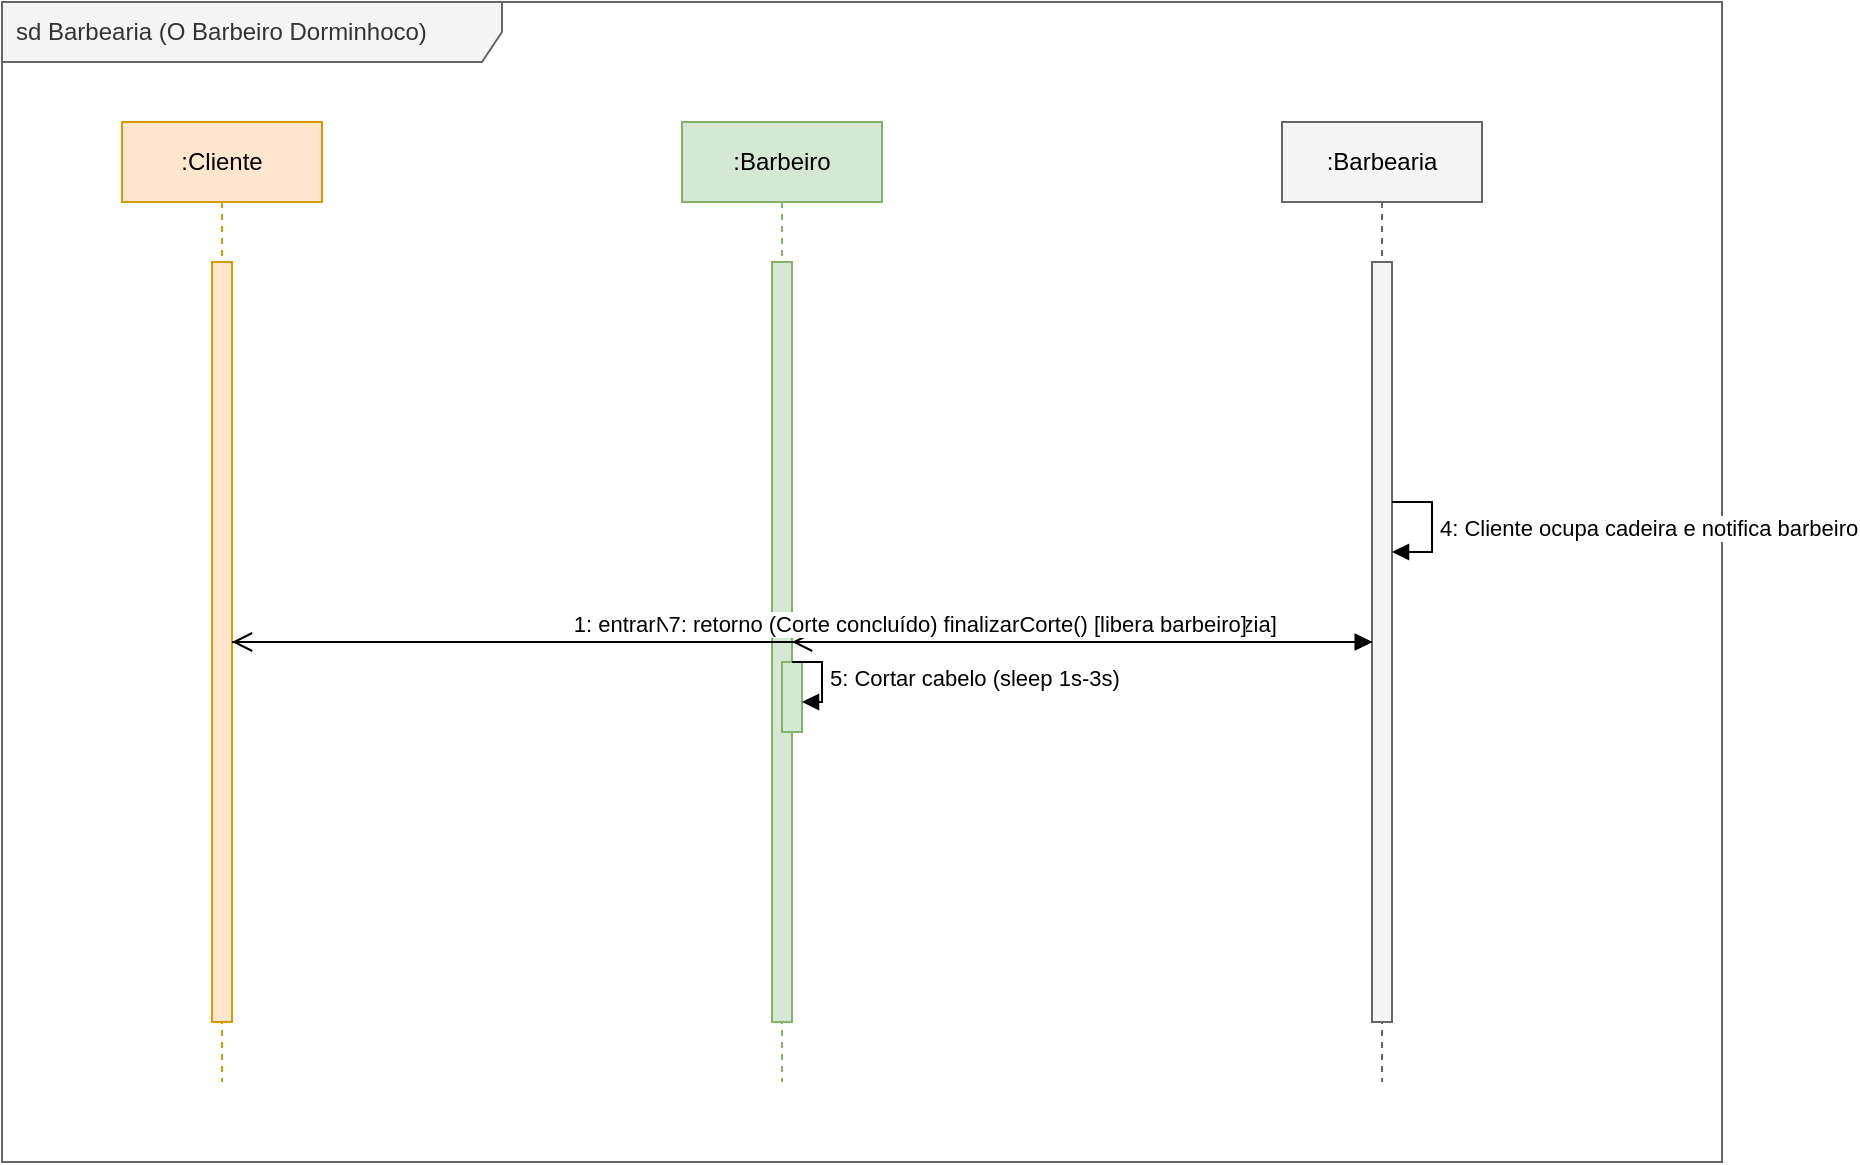
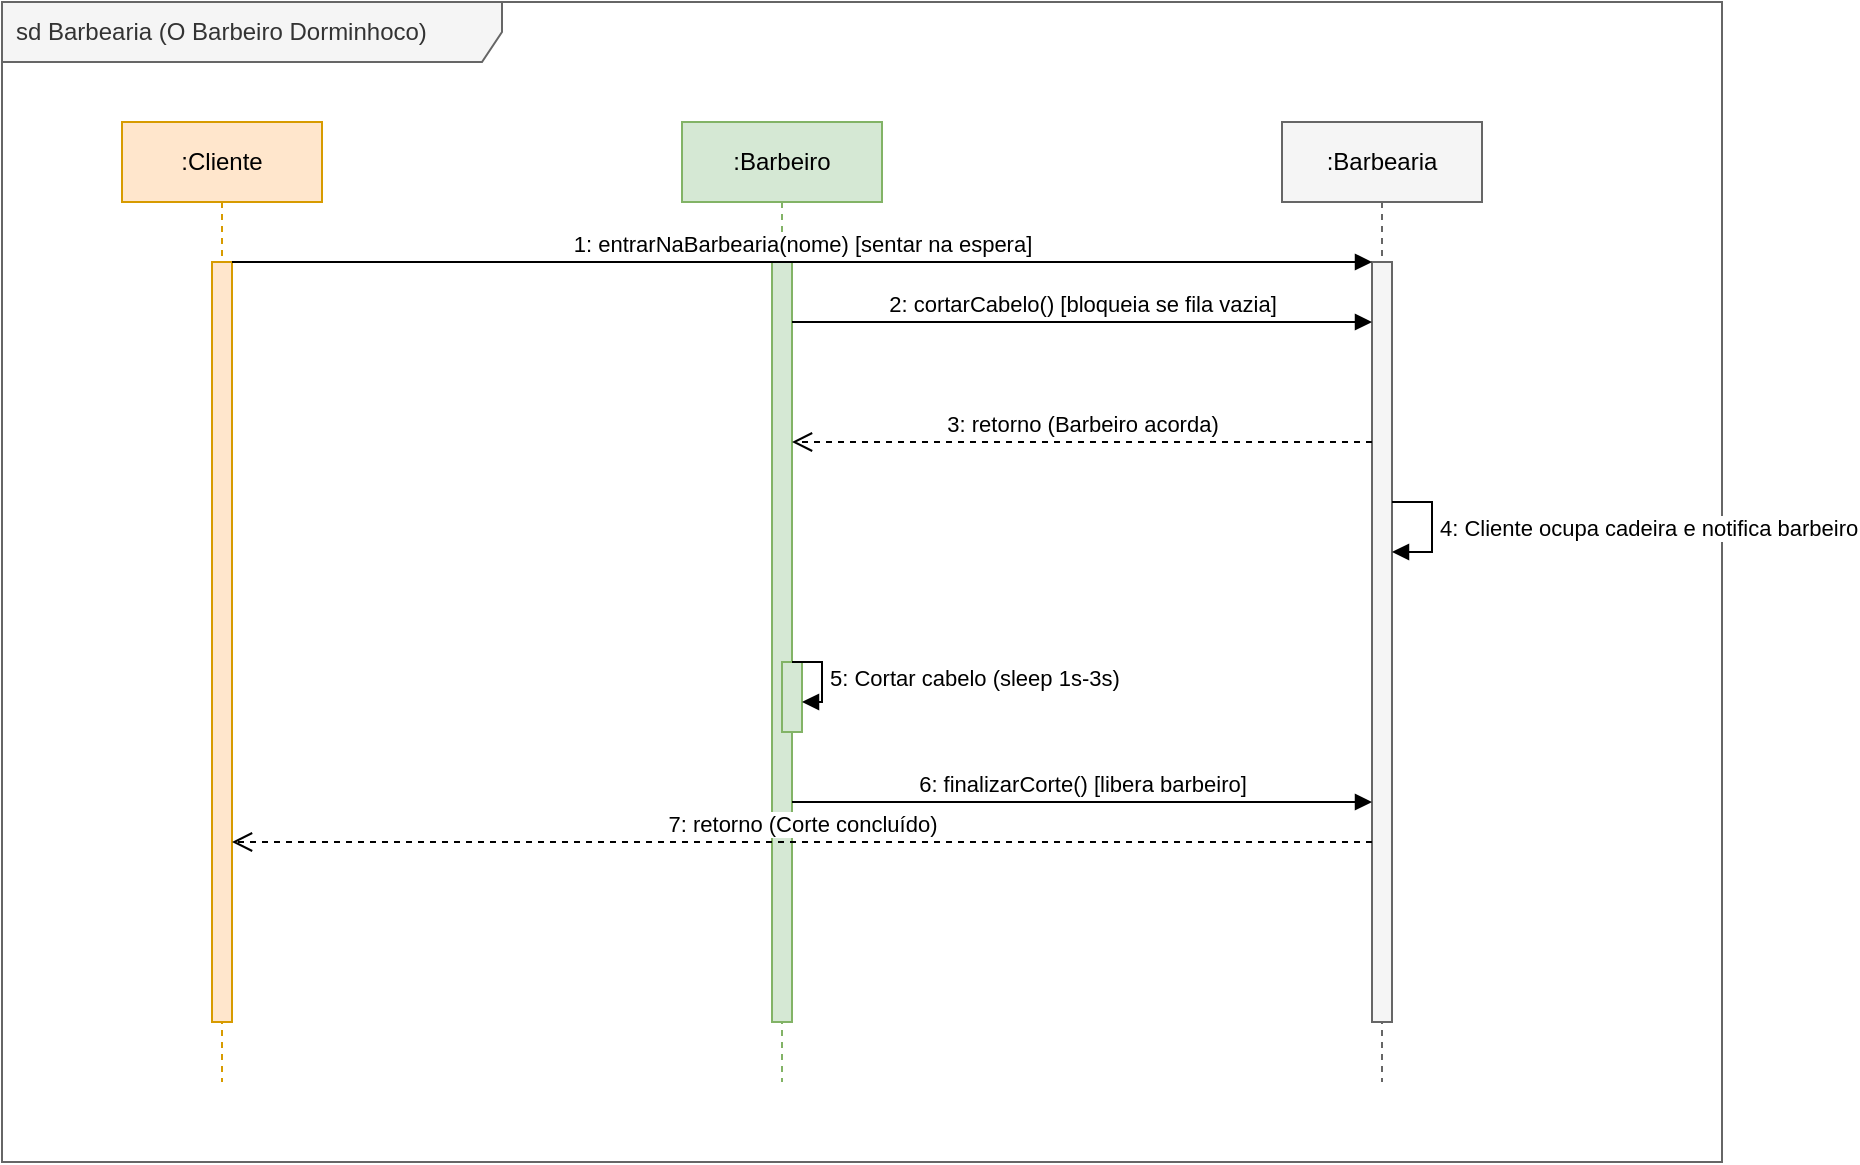
<mxfile host="app.diagrams.net" pages="1">
  <diagram id="barbearia_sequence" name="Sequence Diagram">
    <mxGraphModel dx="1200" dy="1000" grid="1" gridSize="10" guides="1" tooltips="1" connect="1" arrows="1" fold="1" page="1" pageScale="1" pageWidth="1169" pageHeight="1100" math="0" shadow="0">
      <root>
        <mxCell id="0" />
        <mxCell id="1" parent="0" />

        <!-- Frame container -->
        <mxCell id="frame_container" value="sd Barbearia (O Barbeiro Dorminhoco)" style="shape=umlFrame;whiteSpace=wrap;html=1;width=250;height=30;boundedLbl=1;verticalAlign=middle;align=left;spacingLeft=5;fillColor=#f5f5f5;fontColor=#333333;strokeColor=#666666;" parent="1" vertex="1">
          <mxGeometry x="20" y="20" width="860" height="580" as="geometry" />
        </mxCell>

        <!-- Lifelines -->

        <!-- Lifeline 1: Cliente -->
        <mxCell id="lifeline_cliente" value=":Cliente" style="shape=umlLifeline;perimeter=lifelinePerimeter;whiteSpace=wrap;html=1;container=1;collapsible=0;recursiveResize=0;outlineConnect=0;fillColor=#ffe6cc;strokeColor=#d79b00;" parent="1" vertex="1">
          <mxGeometry x="80" y="80" width="100" height="480" as="geometry" />
        </mxCell>
        <mxCell id="act_cliente" value="" style="html=1;points=[];perimeter=orthogonalPerimeter;fillColor=#ffe6cc;strokeColor=#d79b00;" parent="lifeline_cliente" vertex="1">
          <mxGeometry x="45" y="70" width="10" height="380" as="geometry" />
        </mxCell>

        <!-- Lifeline 2: Barbeiro -->
        <mxCell id="lifeline_barbeiro" value=":Barbeiro" style="shape=umlLifeline;perimeter=lifelinePerimeter;whiteSpace=wrap;html=1;container=1;collapsible=0;recursiveResize=0;outlineConnect=0;fillColor=#d5e8d4;strokeColor=#82b366;" parent="1" vertex="1">
          <mxGeometry x="360" y="80" width="100" height="480" as="geometry" />
        </mxCell>
        <mxCell id="act_barbeiro" value="" style="html=1;points=[];perimeter=orthogonalPerimeter;fillColor=#d5e8d4;strokeColor=#82b366;" parent="lifeline_barbeiro" vertex="1">
          <mxGeometry x="45" y="70" width="10" height="380" as="geometry" />
        </mxCell>
        <mxCell id="act_cut_sleep" value="" style="html=1;points=[];perimeter=orthogonalPerimeter;fillColor=#d5e8d4;strokeColor=#82b366;" parent="lifeline_barbeiro" vertex="1">
          <mxGeometry x="50" y="270" width="10" height="35" as="geometry" />
        </mxCell>

        <!-- Lifeline 3: Barbearia (Monitor) -->
        <mxCell id="lifeline_barbearia" value=":Barbearia" style="shape=umlLifeline;perimeter=lifelinePerimeter;whiteSpace=wrap;html=1;container=1;collapsible=0;recursiveResize=0;outlineConnect=0;fillColor=#f5f5f5;strokeColor=#666666;" parent="1" vertex="1">
          <mxGeometry x="660" y="80" width="100" height="480" as="geometry" />
        </mxCell>
        <mxCell id="act_barbearia" value="" style="html=1;points=[];perimeter=orthogonalPerimeter;fillColor=#f5f5f5;strokeColor=#666666;" parent="lifeline_barbearia" vertex="1">
          <mxGeometry x="45" y="70" width="10" height="380" as="geometry" />
        </mxCell>

        <!-- Messages -->

        <!-- 1: Cliente entrarNaBarbearia() -->
-         <mxCell id="msg_c_ent" value="1: entrarNaBarbearia(nome) [sentar na espera]" style="html=1;verticalAlign=bottom;endArrow=block;rounded=0;" edge="1" parent="1" source="act_cliente" target="act_barbearia">
+         <mxCell id="msg_c_ent" value="1: entrarNaBarbearia(nome) [sentar na espera]" style="html=1;verticalAlign=bottom;endArrow=block;rounded=0;" edge="1" parent="1">
          <mxGeometry relative="1" as="geometry">
            <mxPoint x="135" y="150" as="sourcePoint" />
            <mxPoint x="705" y="150" as="targetPoint" />
          </mxGeometry>
        </mxCell>

        <!-- 2: Barbeiro cortarCabelo() -->
-         <mxCell id="msg_b_cort" value="2: cortarCabelo() [bloqueia se fila vazia]" style="html=1;verticalAlign=bottom;endArrow=block;rounded=0;" edge="1" parent="1" source="act_barbeiro" target="act_barbearia">
+         <mxCell id="msg_b_cort" value="2: cortarCabelo() [bloqueia se fila vazia]" style="html=1;verticalAlign=bottom;endArrow=block;rounded=0;" edge="1" parent="1">
          <mxGeometry relative="1" as="geometry">
            <mxPoint x="415" y="180" as="sourcePoint" />
            <mxPoint x="705" y="180" as="targetPoint" />
          </mxGeometry>
        </mxCell>

        <!-- 3: Barbeiro acorda do cortarCabelo() -->
-         <mxCell id="msg_b_wake" value="3: retorno (Barbeiro acorda)" style="html=1;verticalAlign=bottom;endArrow=open;dashed=1;endSize=8;rounded=0;" edge="1" parent="1" source="act_barbearia" target="act_barbeiro">
+         <mxCell id="msg_b_wake" value="3: retorno (Barbeiro acorda)" style="html=1;verticalAlign=bottom;endArrow=open;dashed=1;endSize=8;rounded=0;" edge="1" parent="1">
          <mxGeometry relative="1" as="geometry">
            <mxPoint x="705" y="240" as="sourcePoint" />
            <mxPoint x="415" y="240" as="targetPoint" />
          </mxGeometry>
        </mxCell>

        <!-- 4: Cliente senta na cadeira de corte e notifica barbeiro pronto -->
        <mxCell id="msg_c_ready" value="4: Cliente ocupa cadeira e notifica barbeiro" style="edgeStyle=orthogonalEdgeStyle;html=1;align=left;spacingLeft=2;endArrow=block;rounded=0;" edge="1" parent="1" source="act_barbearia" target="act_barbearia">
          <mxGeometry relative="1" as="geometry">
            <Array as="points">
              <mxPoint x="735" y="270" />
              <mxPoint x="735" y="295" />
            </Array>
            <mxPoint x="715" y="270" as="sourcePoint" />
            <mxPoint x="715" y="295" as="targetPoint" />
          </mxGeometry>
        </mxCell>

        <!-- 5: Barbeiro realiza o corte (sleep) -->
        <mxCell id="msg_b_sleep" value="5: Cortar cabelo (sleep 1s-3s)" style="edgeStyle=orthogonalEdgeStyle;html=1;align=left;spacingLeft=2;endArrow=block;rounded=0;" edge="1" parent="1" source="act_barbeiro" target="act_cut_sleep">
          <mxGeometry relative="1" as="geometry">
            <Array as="points">
              <mxPoint x="430" y="350" />
              <mxPoint x="430" y="370" />
            </Array>
          </mxGeometry>
        </mxCell>

        <!-- 6: Barbeiro finalizarCorte() -->
-         <mxCell id="msg_b_fin" value="6: finalizarCorte() [libera barbeiro]" style="html=1;verticalAlign=bottom;endArrow=block;rounded=0;" edge="1" parent="1" source="act_barbeiro" target="act_barbearia">
+         <mxCell id="msg_b_fin" value="6: finalizarCorte() [libera barbeiro]" style="html=1;verticalAlign=bottom;endArrow=block;rounded=0;" edge="1" parent="1">
          <mxGeometry relative="1" as="geometry">
            <mxPoint x="415" y="420" as="sourcePoint" />
            <mxPoint x="705" y="420" as="targetPoint" />
          </mxGeometry>
        </mxCell>

        <!-- 7: Cliente acorda e vai embora -->
-         <mxCell id="msg_c_leave" value="7: retorno (Corte concluído)" style="html=1;verticalAlign=bottom;endArrow=open;dashed=1;endSize=8;rounded=0;" edge="1" parent="1" source="act_barbearia" target="act_cliente">
+         <mxCell id="msg_c_leave" value="7: retorno (Corte concluído)" style="html=1;verticalAlign=bottom;endArrow=open;dashed=1;endSize=8;rounded=0;" edge="1" parent="1">
          <mxGeometry relative="1" as="geometry">
            <mxPoint x="705" y="440" as="sourcePoint" />
            <mxPoint x="135" y="440" as="targetPoint" />
          </mxGeometry>
        </mxCell>

      </root>
    </mxGraphModel>
  </diagram>
</mxfile>